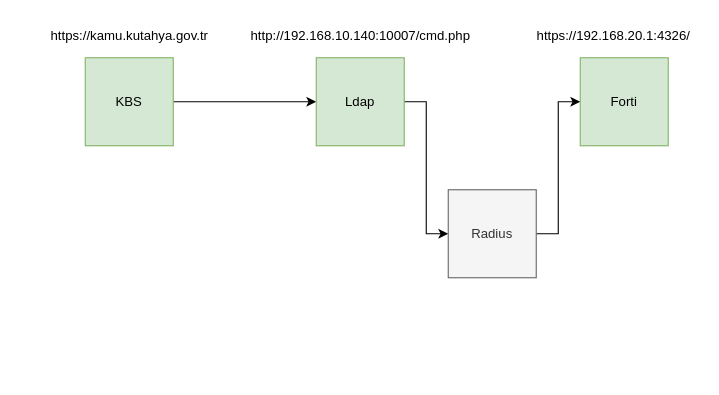
Before: Untitled Diagram.drawio in omersavas26/MiniTools, a draw.io diagram. Source tidied: cells renumbered, new cells numbered last; positions are measured from the earlier drawing's top-left corner, leaving out a move shared by most shapes. Both pictures are drawn from the tidied source at 110%, with x=0, y=0 at pixel (35, 19).
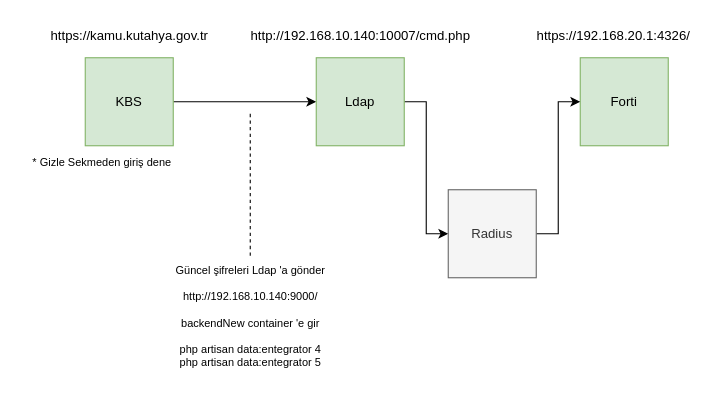
Above is the later version.

The edit, as a diff of the source:
```diff
@@
 <mxGraphModel>
   <root>
     <mxCell id="0" />
     <mxCell id="1" parent="0" />
     <mxCell id="2" style="edgeStyle=orthogonalEdgeStyle;rounded=0;jettySize=auto;html=1;exitX=1;exitY=0.5;exitDx=0;exitDy=0;entryX=0;entryY=0.5;entryDx=0;entryDy=0;" parent="1" edge="1" source="3" target="5">
       <mxGeometry relative="1" as="geometry" />
     </mxCell>
     <mxCell id="3" value="KBS" style="whiteSpace=wrap;html=1;fillColor=#d5e8d4;strokeColor=#82b366;" parent="1" vertex="1">
       <mxGeometry x="45" y="35" width="80" height="80" as="geometry" />
     </mxCell>
     <mxCell id="4" style="edgeStyle=orthogonalEdgeStyle;rounded=0;jettySize=auto;html=1;exitX=1;exitY=0.5;exitDx=0;exitDy=0;entryX=0;entryY=0.5;entryDx=0;entryDy=0;" parent="1" edge="1" source="5" target="8">
       <mxGeometry relative="1" as="geometry" />
     </mxCell>
     <mxCell id="5" value="Ldap" style="whiteSpace=wrap;html=1;fillColor=#d5e8d4;strokeColor=#82b366;" parent="1" vertex="1">
       <mxGeometry x="255" y="35" width="80" height="80" as="geometry" />
     </mxCell>
     <mxCell id="6" value="Forti" style="whiteSpace=wrap;html=1;fillColor=#d5e8d4;strokeColor=#82b366;" parent="1" vertex="1">
       <mxGeometry x="495" y="35" width="80" height="80" as="geometry" />
     </mxCell>
     <mxCell id="7" style="edgeStyle=orthogonalEdgeStyle;rounded=0;jettySize=auto;html=1;exitX=1;exitY=0.5;exitDx=0;exitDy=0;entryX=0;entryY=0.5;entryDx=0;entryDy=0;" parent="1" edge="1" source="8" target="6">
       <mxGeometry relative="1" as="geometry" />
     </mxCell>
     <mxCell id="8" value="Radius" style="whiteSpace=wrap;html=1;fillColor=#f5f5f5;strokeColor=#666666;fontColor=#333333;" parent="1" vertex="1">
       <mxGeometry x="375" y="155" width="80" height="80" as="geometry" />
     </mxCell>
     <mxCell id="9" value="https://kamu.kutahya.gov.tr" style="text;html=1;align=center;verticalAlign=middle;strokeColor=none;fillColor=none;" parent="1" vertex="1">
       <mxGeometry width="170" height="30" as="geometry" />
     </mxCell>
     <mxCell id="10" value="http://192.168.10.140:10007/cmd.php" style="text;html=1;align=center;verticalAlign=middle;strokeColor=none;fillColor=none;" parent="1" vertex="1">
       <mxGeometry x="185" width="220" height="30" as="geometry" />
     </mxCell>
     <mxCell id="11" value="https://192.168.20.1:4326/" style="text;html=1;align=center;verticalAlign=middle;strokeColor=none;fillColor=none;" parent="1" vertex="1">
       <mxGeometry x="445" width="160" height="30" as="geometry" />
     </mxCell>
+    <mxCell id="12" value="* Gizle Sekmeden giriş dene" style="text;html=1;align=center;verticalAlign=middle;strokeColor=none;fillColor=none;fontSize=10;" parent="1" vertex="1">
+      <mxGeometry x="-15" y="115" width="150" height="30" as="geometry" />
+    </mxCell>
+    <mxCell id="13" style="edgeStyle=orthogonalEdgeStyle;rounded=0;jettySize=auto;html=1;fontSize=10;endArrow=none;endFill=0;dashed=1;" parent="1" edge="1" source="14">
+      <mxGeometry relative="1" as="geometry">
+        <mxPoint x="195" y="85" as="targetPoint" />
+      </mxGeometry>
+    </mxCell>
+    <mxCell id="14" value="Güncel şifreleri Ldap 'a gönder&lt;br&gt;&lt;br&gt;http://192.168.10.140:9000/&lt;br&gt;&lt;br&gt;backendNew container 'e gir&lt;br&gt;&lt;br style=&quot;border-color: var(--border-color);&quot;&gt;php artisan data:entegrator 4&lt;br style=&quot;border-color: var(--border-color);&quot;&gt;php artisan data:entegrator 5" style="text;html=1;align=center;verticalAlign=middle;points=[];strokeColor=none;fillColor=none;fontSize=10;" parent="1" vertex="1">
+      <mxGeometry x="115" y="215" width="160" height="110" as="geometry" />
+    </mxCell>
   </root>
 </mxGraphModel>
```
